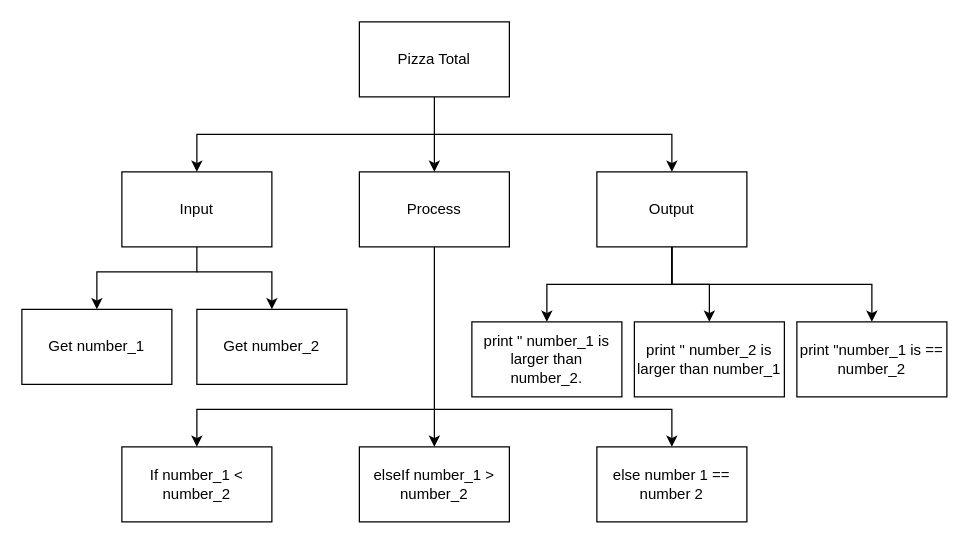
The draw.io diagram Draw.io/topdown.drawio in Peter-Gemmell/ICS3U-Assignment-3-Python, before the edit. Source tidied: cells renumbered, new cells numbered last; positions are measured from the earlier drawing's top-left corner, leaving out a move shared by most shapes. Both pictures are drawn from the tidied source at 125%, with x=0, y=0 at pixel (21, 21).
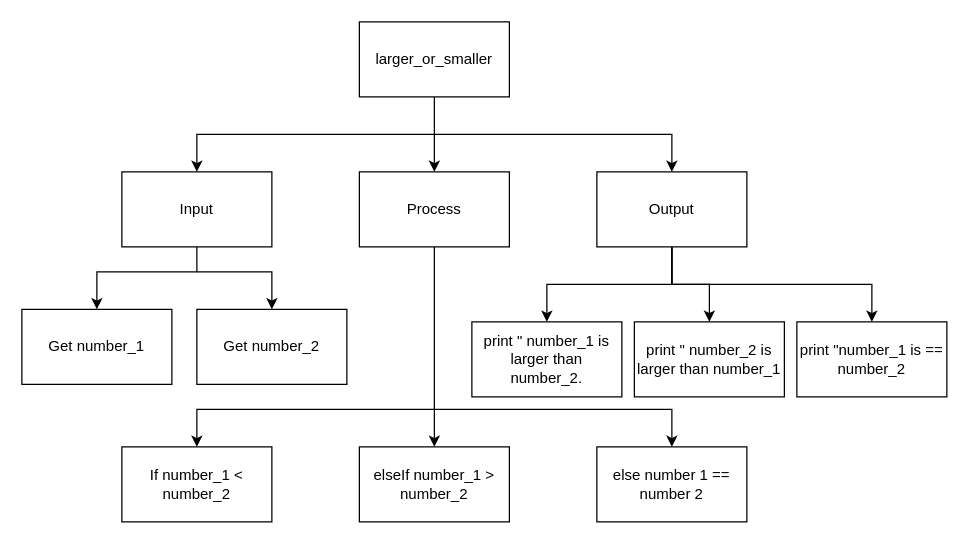
After the change.

Diff of the diagram source:
```diff
@@
-    <mxCell id="5" value="Pizza Total" style="rounded=0;whiteSpace=wrap;html=1;" parent="1" vertex="1">
+    <mxCell id="5" value="larger_or_smaller" style="rounded=0;whiteSpace=wrap;html=1;" parent="1" vertex="1">
       <mxGeometry x="270" width="120" height="60" as="geometry" />
     </mxCell>
```
